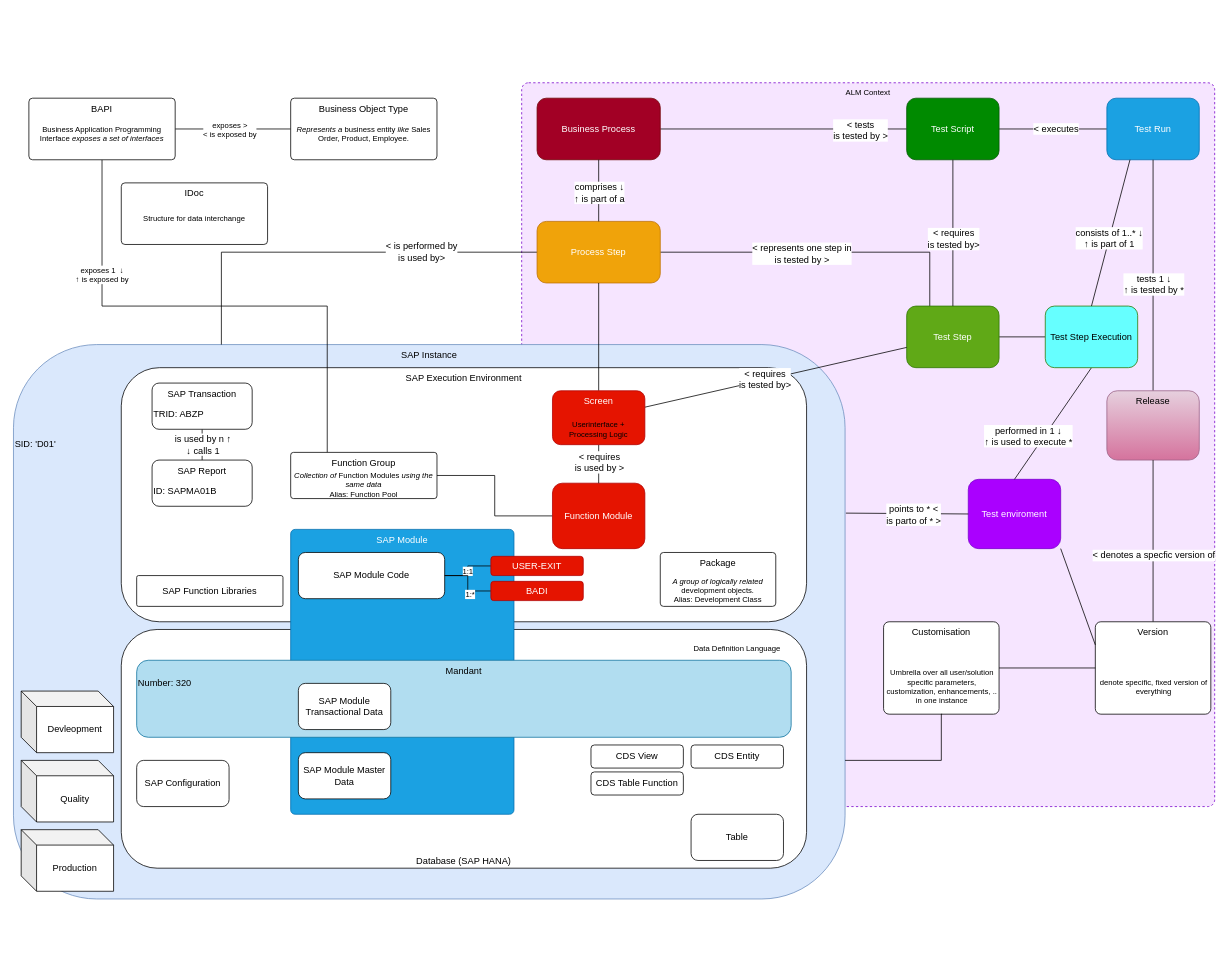
Earlier version of the draw.io diagram SAP-Information-Model.drawio (sp-christian/sap-information-model). Source tidied: cells renumbered, new cells numbered last; positions are measured from the earlier drawing's top-left corner, leaving out a move shared by most shapes. Both pictures are drawn from the tidied source at 77%, with x=0, y=0 at pixel (13, 82).
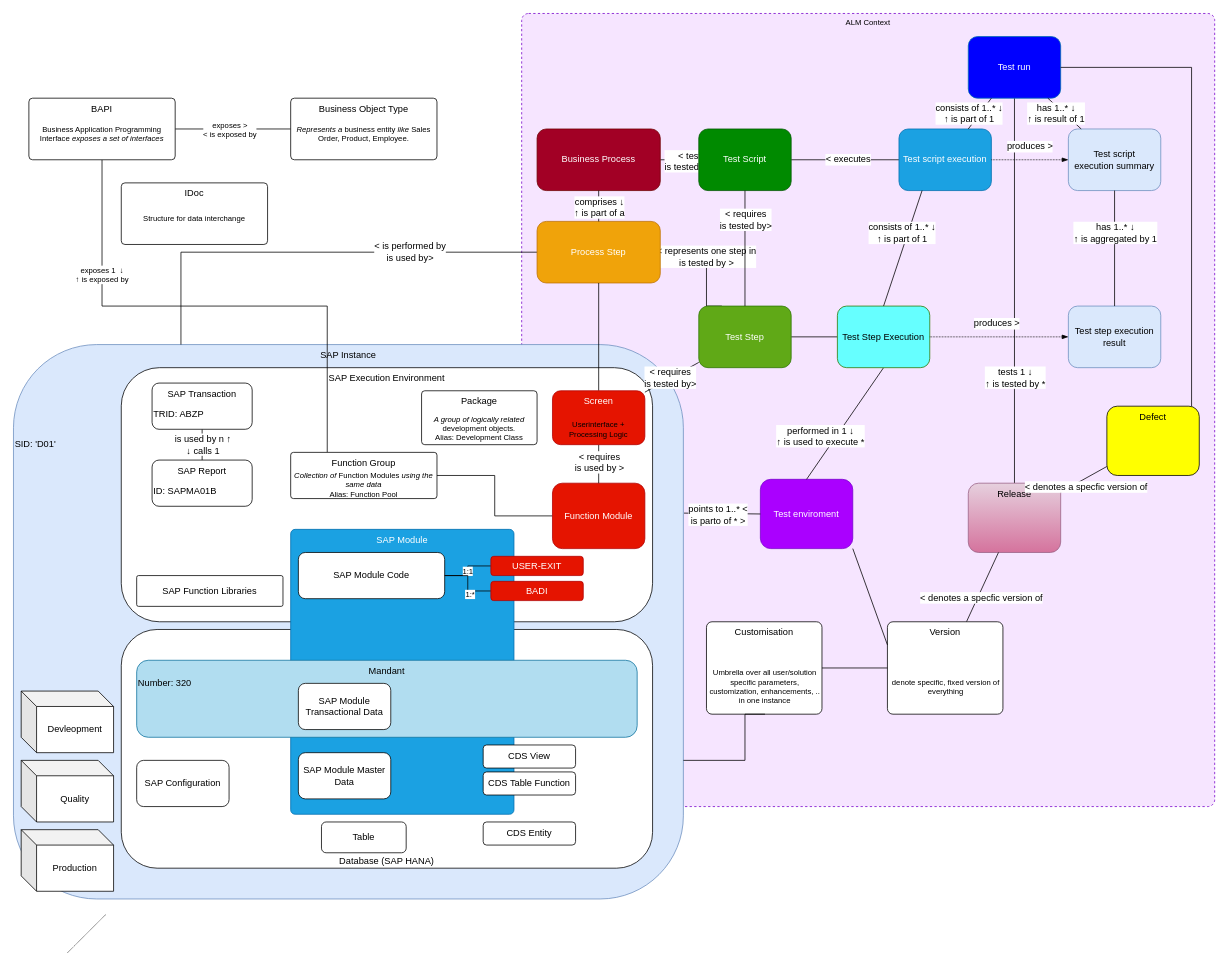
Above is the later version.

Commit message:
add test result entities

The change refers to these unchanged cells:
```xml
<mxCell id="23" value="Process Step" style="rounded=1;whiteSpace=wrap;html=1;fillColor=#f0a30a;strokeColor=#BD7000;fontColor=#ffffff;" parent="1" vertex="1">
  <mxGeometry x="680" y="180" width="160" height="80" as="geometry" />
</mxCell>
<mxCell id="36" style="endArrow=none;html=1;entryX=0.5;entryY=1;entryDx=0;entryDy=0;exitX=0.5;exitY=0;exitDx=0;exitDy=0;comic=0;" parent="1" edge="1" source="15" target="11">
  <mxGeometry relative="1" as="geometry" />
</mxCell>
<mxCell id="86" value="Umbrella over all user/solution specific parameters, customization, enhancements, .. in one instance" style="text;html=1;strokeColor=none;fillColor=none;align=center;verticalAlign=middle;whiteSpace=wrap;rounded=0;fontSize=10;" parent="84" vertex="1">
  <mxGeometry x="1" y="48" width="150" height="72" as="geometry" />
</mxCell>
<mxCell id="99" style="endArrow=none;html=1;comic=0;entryX=0.25;entryY=1;entryDx=0;entryDy=0;exitX=0.5;exitY=0;exitDx=0;exitDy=0;" parent="1" edge="1" source="98" target="8">
  <mxGeometry relative="1" as="geometry" />
</mxCell>
<mxCell id="102" style="endArrow=none;html=1;entryX=1.001;entryY=0.304;entryDx=0;entryDy=0;exitX=0;exitY=0.5;exitDx=0;exitDy=0;entryPerimeter=0;" parent="1" edge="1" source="95" target="3">
  <mxGeometry relative="1" as="geometry" />
</mxCell>
```

The edit, as a diff of the source:
```diff
@@
     <mxCell id="2" value="ALM Context" style="rounded=1;whiteSpace=wrap;html=1;fontSize=10;fontColor=#000000;align=center;fillColor=#aa00ff;dashed=1;arcSize=1;verticalAlign=top;strokeColor=#7700CC;gradientColor=none;fillOpacity=10;" parent="1" vertex="1">
-      <mxGeometry x="660" width="900" height="940" as="geometry" />
+      <mxGeometry x="660" y="-90" width="900" height="1030" as="geometry" />
     </mxCell>
     <mxCell id="3" value="SAP Instance" style="rounded=1;whiteSpace=wrap;html=1;horizontal=1;verticalAlign=top;fillColor=#dae8fc;strokeColor=#6c8ebf;" parent="1" vertex="1">
-      <mxGeometry y="340" width="1080" height="720" as="geometry" />
+      <mxGeometry y="340" width="870" height="720" as="geometry" />
     </mxCell>
     <mxCell id="4" value="Database (SAP HANA)" style="rounded=1;whiteSpace=wrap;html=1;verticalAlign=bottom;" parent="1" vertex="1">
-      <mxGeometry x="140" y="710" width="890" height="310" as="geometry" />
+      <mxGeometry x="140" y="710" width="690" height="310" as="geometry" />
     </mxCell>
     <mxCell id="5" value="SAP Execution Environment" style="rounded=1;whiteSpace=wrap;html=1;verticalAlign=top;" parent="1" vertex="1">
-      <mxGeometry x="140" y="370" width="890" height="330" as="geometry" />
+      <mxGeometry x="140" y="370" width="690" height="330" as="geometry" />
     </mxCell>
@@
-    <mxCell id="8" value="Test Run" style="rounded=1;whiteSpace=wrap;html=1;fillColor=#1ba1e2;strokeColor=#006EAF;fontColor=#ffffff;" parent="1" vertex="1">
-      <mxGeometry x="1420" y="20" width="120" height="80" as="geometry" />
+    <mxCell id="8" value="Test script execution" style="rounded=1;whiteSpace=wrap;html=1;fillColor=#1ba1e2;strokeColor=#006EAF;fontColor=#ffffff;" parent="1" vertex="1">
+      <mxGeometry x="1150" y="60" width="120" height="80" as="geometry" />
     </mxCell>
@@
     <mxCell id="11" value="Test Script" style="rounded=1;whiteSpace=wrap;html=1;fillColor=#008a00;strokeColor=#005700;fontColor=#ffffff;" parent="1" vertex="1">
-      <mxGeometry x="1160" y="20" width="120" height="80" as="geometry" />
+      <mxGeometry x="890" y="60" width="120" height="80" as="geometry" />
     </mxCell>
     <mxCell id="12" style="edgeStyle=orthogonalEdgeStyle;rounded=0;jettySize=auto;html=1;endArrow=none;endFill=0;entryX=1;entryY=0.5;entryDx=0;entryDy=0;exitX=0.25;exitY=0;exitDx=0;exitDy=0;" parent="1" edge="1" source="15" target="23">
       <mxGeometry relative="1" as="geometry">
         <Array as="points">
-          <mxPoint x="1190" y="220" />
+          <mxPoint x="900" y="290" />
+          <mxPoint x="900" y="220" />
         </Array>
       </mxGeometry>
     </mxCell>
@@
     <mxCell id="15" value="Test Step" style="rounded=1;whiteSpace=wrap;html=1;fillColor=#60a917;strokeColor=#2D7600;fontColor=#ffffff;" parent="1" vertex="1">
-      <mxGeometry x="1160" y="290" width="120" height="80" as="geometry" />
+      <mxGeometry x="890" y="290" width="120" height="80" as="geometry" />
     </mxCell>
@@
     <mxCell id="17" value="Business Process" style="rounded=1;whiteSpace=wrap;html=1;fillColor=#a20025;strokeColor=#6F0000;fontColor=#ffffff;" parent="1" vertex="1">
-      <mxGeometry x="680" y="20" width="160" height="80" as="geometry" />
+      <mxGeometry x="680" y="60" width="160" height="80" as="geometry" />
     </mxCell>
@@
     <mxCell id="29" value="Mandant" style="rounded=1;whiteSpace=wrap;html=1;horizontal=1;verticalAlign=top;fillColor=#b1ddf0;strokeColor=#10739e;" parent="1" vertex="1">
-      <mxGeometry x="160" y="750" width="850" height="100" as="geometry" />
+      <mxGeometry x="160" y="750" width="650" height="100" as="geometry" />
     </mxCell>
@@
     <mxCell id="37" value="&amp;lt; requires&lt;br&gt;is tested by&amp;gt;" style="text;html=1;align=center;verticalAlign=middle;labelBackgroundColor=#ffffff;" parent="36" vertex="1">
       <mxGeometry x="-0.08" relative="1" as="geometry">
-        <mxPoint y="-1" as="offset" />
+        <mxPoint y="-43.8" as="offset" />
       </mxGeometry>
     </mxCell>
@@
     <mxCell id="62" value="Table" style="rounded=1;whiteSpace=wrap;html=1;" parent="1" vertex="1">
-      <mxGeometry x="880" y="950" width="120" height="60" as="geometry" />
+      <mxGeometry x="400" y="960" width="110" height="40" as="geometry" />
     </mxCell>
-    <mxCell id="63" style="endArrow=none;html=1;comic=0;" parent="1" edge="1" source="81" target="8">
+    <mxCell id="63" style="endArrow=none;html=1;comic=0;" parent="1" edge="1" source="81" target="104">
       <mxGeometry relative="1" as="geometry" />
     </mxCell>
     <mxCell id="64" value="tests 1 ↓&lt;br&gt;↑ is tested by *" style="text;html=1;align=center;verticalAlign=middle;labelBackgroundColor=#ffffff;" parent="63" vertex="1">
       <mxGeometry x="-0.08" relative="1" as="geometry">
-        <mxPoint y="-1" as="offset" />
+        <mxPoint y="92.5" as="offset" />
       </mxGeometry>
     </mxCell>
@@
     <mxCell id="73" style="group;" parent="1" vertex="1">
-      <mxGeometry x="840" y="610" width="150" height="70" as="geometry" />
+      <mxGeometry x="530" y="400" width="150" height="70" as="geometry" />
     </mxCell>
@@
     <mxCell id="76" value="CDS Entity" style="rounded=1;whiteSpace=wrap;html=1;" parent="1" vertex="1">
-      <mxGeometry x="880" y="860" width="120" height="30" as="geometry" />
+      <mxGeometry x="610" y="960" width="120" height="30" as="geometry" />
     </mxCell>
     <mxCell id="77" value="CDS View" style="rounded=1;whiteSpace=wrap;html=1;" parent="1" vertex="1">
-      <mxGeometry x="750" y="860" width="120" height="30" as="geometry" />
+      <mxGeometry x="610" y="860" width="120" height="30" as="geometry" />
     </mxCell>
     <mxCell id="78" value="CDS Table Function" style="rounded=1;whiteSpace=wrap;html=1;" parent="1" vertex="1">
-      <mxGeometry x="750" y="895" width="120" height="30" as="geometry" />
+      <mxGeometry x="610" y="895" width="120" height="30" as="geometry" />
     </mxCell>
-    <mxCell id="79" style="group;" parent="1" vertex="1">
-      <mxGeometry x="880" y="690" width="120" height="60" as="geometry" />
-    </mxCell>
-    <mxCell id="80" value="Data Definition Language" style="text;html=1;strokeColor=none;fillColor=none;align=center;verticalAlign=middle;whiteSpace=wrap;rounded=0;fontSize=10;" parent="79" vertex="1">
-      <mxGeometry y="30" width="120" height="30" as="geometry" />
-    </mxCell>
     <mxCell id="81" value="Release" style="rounded=1;whiteSpace=wrap;html=1;fillColor=#e6d0de;strokeColor=#996185;horizontal=1;verticalAlign=top;gradientColor=#d5739d;" parent="1" vertex="1">
-      <mxGeometry x="1420" y="400" width="120" height="90" as="geometry" />
+      <mxGeometry x="1240" y="520" width="120" height="90" as="geometry" />
     </mxCell>
@@
     <mxCell id="84" style="group;" parent="1" vertex="1">
-      <mxGeometry x="1130" y="700" width="151" height="120" as="geometry" />
+      <mxGeometry x="900" y="700" width="151" height="120" as="geometry" />
     </mxCell>
@@
     <mxCell id="87" style="edgeStyle=orthogonalEdgeStyle;rounded=0;jettySize=auto;html=1;endArrow=none;endFill=0;entryX=1;entryY=0.75;entryDx=0;entryDy=0;exitX=0.5;exitY=1;exitDx=0;exitDy=0;" parent="1" edge="1" source="86" target="3">
       <mxGeometry relative="1" as="geometry">
         <Array as="points">
-          <mxPoint x="1205" y="820" />
-          <mxPoint x="1205" y="880" />
+          <mxPoint x="950" y="820" />
+          <mxPoint x="950" y="880" />
         </Array>
       </mxGeometry>
     </mxCell>
     <mxCell id="88" style="group;" parent="1" vertex="1">
-      <mxGeometry x="1405" y="700" width="150" height="120" as="geometry" />
+      <mxGeometry x="1135" y="700" width="150" height="120" as="geometry" />
     </mxCell>
@@
     <mxCell id="95" value="Test enviroment" style="rounded=1;whiteSpace=wrap;html=1;fillColor=#aa00ff;strokeColor=#7700CC;fontColor=#ffffff;" parent="1" vertex="1">
-      <mxGeometry x="1240" y="515" width="120" height="90" as="geometry" />
+      <mxGeometry x="970" y="515" width="120" height="90" as="geometry" />
     </mxCell>
@@
     <mxCell id="98" value="Test Step Execution" style="rounded=1;whiteSpace=wrap;html=1;fillColor=#66FFFF;strokeColor=#2D7600;fontColor=#000000;" parent="1" vertex="1">
-      <mxGeometry x="1340" y="290" width="120" height="80" as="geometry" />
+      <mxGeometry x="1070" y="290" width="120" height="80" as="geometry" />
     </mxCell>
@@
     <mxCell id="100" value="&lt;div&gt;consists of 1..* ↓&lt;/div&gt;↑ is part of 1" style="text;html=1;align=center;verticalAlign=middle;labelBackgroundColor=#ffffff;" parent="99" vertex="1">
       <mxGeometry x="-0.08" relative="1" as="geometry">
-        <mxPoint y="-1" as="offset" />
+        <mxPoint y="-26.3" as="offset" />
       </mxGeometry>
     </mxCell>
@@
-    <mxCell id="103" value="&lt;div&gt;points to * &amp;lt;&lt;/div&gt;&lt;div&gt;is parto of * &amp;gt;&lt;br&gt;&lt;/div&gt;" style="text;html=1;align=center;verticalAlign=middle;labelBackgroundColor=#ffffff;" parent="102" vertex="1">
+    <mxCell id="103" value="&lt;div&gt;points to 1..* &amp;lt;&lt;/div&gt;&lt;div&gt;is parto of * &amp;gt;&lt;br&gt;&lt;/div&gt;" style="text;html=1;align=center;verticalAlign=middle;labelBackgroundColor=#ffffff;" parent="102" vertex="1">
       <mxGeometry x="-0.49" y="1" relative="1" as="geometry">
         <mxPoint x="-30" y="-0.7" as="offset" />
       </mxGeometry>
     </mxCell>
+    <mxCell id="104" value="Test run" style="rounded=1;whiteSpace=wrap;html=1;fillColor=#0000FF;strokeColor=#006EAF;fontColor=#ffffff;" parent="1" vertex="1">
+      <mxGeometry x="1240" y="-60" width="120" height="80" as="geometry" />
+    </mxCell>
+    <mxCell id="105" value="Test script&lt;br&gt;execution summary" style="rounded=1;whiteSpace=wrap;html=1;fillColor=#dae8fc;strokeColor=#6c8ebf;" parent="1" vertex="1">
+      <mxGeometry x="1370" y="60" width="120" height="80" as="geometry" />
+    </mxCell>
+    <mxCell id="106" style="endArrow=none;html=1;comic=0;" parent="1" edge="1" source="8" target="104">
+      <mxGeometry relative="1" as="geometry" />
+    </mxCell>
+    <mxCell id="107" value="&lt;div&gt;consists of 1..* ↓&lt;/div&gt;↑ is part of 1" style="text;html=1;align=center;verticalAlign=middle;labelBackgroundColor=#ffffff;" parent="106" vertex="1">
+      <mxGeometry x="-0.08" relative="1" as="geometry">
+        <mxPoint x="-13.7" y="-1.7" as="offset" />
+      </mxGeometry>
+    </mxCell>
+    <mxCell id="108" style="endArrow=blockThin;html=1;comic=0;exitX=1;exitY=0.5;exitDx=0;exitDy=0;endFill=1;dashed=1;dashPattern=1 1;" parent="1" edge="1" source="8" target="105">
+      <mxGeometry relative="1" as="geometry" />
+    </mxCell>
+    <mxCell id="109" value="produces &amp;gt;" style="text;html=1;align=center;verticalAlign=middle;labelBackgroundColor=#ffffff;" parent="108" vertex="1">
+      <mxGeometry x="-0.08" relative="1" as="geometry">
+        <mxPoint x="3.8" y="-17.1" as="offset" />
+      </mxGeometry>
+    </mxCell>
+    <mxCell id="110" style="endArrow=none;html=1;comic=0;" parent="1" edge="1" source="105" target="104">
+      <mxGeometry relative="1" as="geometry" />
+    </mxCell>
+    <mxCell id="111" value="&lt;div&gt;has 1..* ↓&lt;/div&gt;↑ is result of 1" style="text;html=1;align=center;verticalAlign=middle;labelBackgroundColor=#ffffff;" parent="110" vertex="1">
+      <mxGeometry x="-0.08" relative="1" as="geometry">
+        <mxPoint x="-13.7" y="-1.7" as="offset" />
+      </mxGeometry>
+    </mxCell>
+    <mxCell id="112" value="Test step execution result" style="rounded=1;whiteSpace=wrap;html=1;fillColor=#dae8fc;strokeColor=#6c8ebf;" parent="1" vertex="1">
+      <mxGeometry x="1370" y="290" width="120" height="80" as="geometry" />
+    </mxCell>
+    <mxCell id="113" style="endArrow=blockThin;html=1;comic=0;endFill=1;dashed=1;dashPattern=1 1;" parent="1" edge="1" source="98" target="112">
+      <mxGeometry relative="1" as="geometry" />
+    </mxCell>
+    <mxCell id="114" value="produces &amp;gt;" style="text;html=1;align=center;verticalAlign=middle;labelBackgroundColor=#ffffff;" parent="113" vertex="1">
+      <mxGeometry x="-0.08" relative="1" as="geometry">
+        <mxPoint x="3.8" y="-17.1" as="offset" />
+      </mxGeometry>
+    </mxCell>
+    <mxCell id="115" style="endArrow=none;html=1;comic=0;" parent="1" edge="1" source="112" target="105">
+      <mxGeometry relative="1" as="geometry" />
+    </mxCell>
+    <mxCell id="116" value="&lt;div&gt;has 1..* ↓&lt;/div&gt;↑ is aggregated by 1" style="text;html=1;align=center;verticalAlign=middle;labelBackgroundColor=#ffffff;" parent="115" vertex="1">
+      <mxGeometry x="-0.08" relative="1" as="geometry">
+        <mxPoint y="-26.3" as="offset" />
+      </mxGeometry>
+    </mxCell>
+    <mxCell id="117" value="Defect" style="rounded=1;whiteSpace=wrap;html=1;fillColor=#FFFF00;strokeColor=#000000;horizontal=1;verticalAlign=top;" parent="1" vertex="1">
+      <mxGeometry x="1420" y="420" width="120" height="90" as="geometry" />
+    </mxCell>
+    <mxCell id="118" style="endArrow=none;html=1;dashed=1;dashPattern=1 1;" parent="1" edge="1">
+      <mxGeometry relative="1" as="geometry">
+        <mxPoint x="70" y="1130" as="sourcePoint" />
+        <mxPoint x="120" y="1080" as="targetPoint" />
+      </mxGeometry>
+    </mxCell>
+    <mxCell id="119" style="endArrow=none;html=1;" parent="1" edge="1" source="117" target="81">
+      <mxGeometry relative="1" as="geometry" />
+    </mxCell>
+    <mxCell id="120" value="&amp;lt; denotes a specfic version of" style="text;html=1;align=center;verticalAlign=middle;labelBackgroundColor=#ffffff;" parent="119" vertex="1">
+      <mxGeometry x="-0.08" relative="1" as="geometry">
+        <mxPoint y="10.2" as="offset" />
+      </mxGeometry>
+    </mxCell>
+    <mxCell id="121" style="edgeStyle=orthogonalEdgeStyle;rounded=0;jettySize=auto;html=1;endArrow=none;endFill=0;" parent="1" edge="1" source="104" target="117">
+      <mxGeometry relative="1" as="geometry">
+        <Array as="points">
+          <mxPoint x="1530" y="-20" />
+        </Array>
+      </mxGeometry>
+    </mxCell>
```
